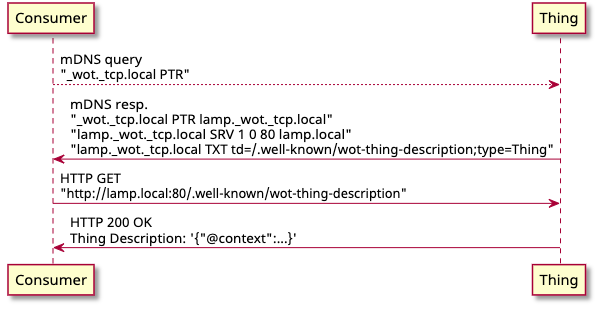
w3c/wot-discovery keeps this PlantUML diagram as images/sequence-dnssd-thing.png. Above is the earlier version. Its source is kept beside it as images/sequence-dnssd-thing.puml. The source it was exported from:
```plantuml
@startuml
skinparam defaultFontName "Noto Sans"
participant "Consumer" as Consumer
participant "Thing" as Thing

Consumer --> Thing : mDNS query\n"_wot._tcp.local PTR"
Thing ->  Consumer : mDNS resp.\n"_wot._tcp.local PTR lamp._wot._tcp.local"\n"lamp._wot._tcp.local SRV 1 0 80 lamp.local"\n"lamp._wot._tcp.local TXT td=/.well-known/wot-thing-description;type=Thing"
Consumer -> Thing  : HTTP GET\n"http://lamp.local:80/.well-known/wot-thing-description"
Thing ->  Consumer : HTTP 200 OK\nThing Description: '{"@context":...}'
@enduml
```
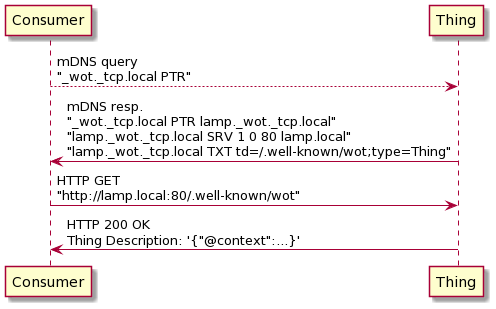
Above is the later version.

Diff of the diagram source:
```diff
@@ -1,10 +1,11 @@
 @startuml
+skin rose
 skinparam defaultFontName "Noto Sans"
 participant "Consumer" as Consumer
 participant "Thing" as Thing
 
 Consumer --> Thing : mDNS query\n"_wot._tcp.local PTR"
-Thing ->  Consumer : mDNS resp.\n"_wot._tcp.local PTR lamp._wot._tcp.local"\n"lamp._wot._tcp.local SRV 1 0 80 lamp.local"\n"lamp._wot._tcp.local TXT td=/.well-known/wot-thing-description;type=Thing"
-Consumer -> Thing  : HTTP GET\n"http://lamp.local:80/.well-known/wot-thing-description"
+Thing ->  Consumer : mDNS resp.\n"_wot._tcp.local PTR lamp._wot._tcp.local"\n"lamp._wot._tcp.local SRV 1 0 80 lamp.local"\n"lamp._wot._tcp.local TXT td=/.well-known/wot;type=Thing"
+Consumer -> Thing  : HTTP GET\n"http://lamp.local:80/.well-known/wot"
 Thing ->  Consumer : HTTP 200 OK\nThing Description: '{"@context":...}'
 @enduml
```
